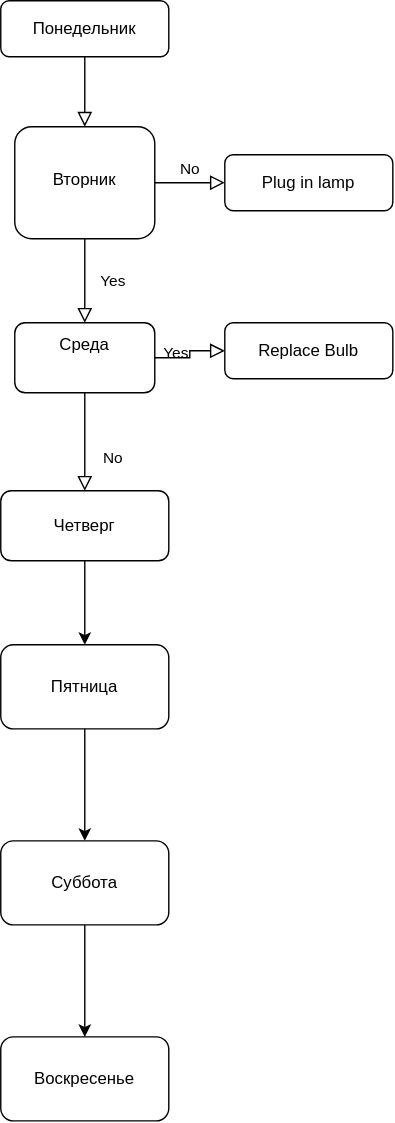
The draw.io diagram Untitled Diagram.drawio.svg in Beattle/app, before a commit. Source tidied: cells renumbered, new cells last; positions are measured from the earlier drawing's top-left corner, leaving out a move shared by most shapes.
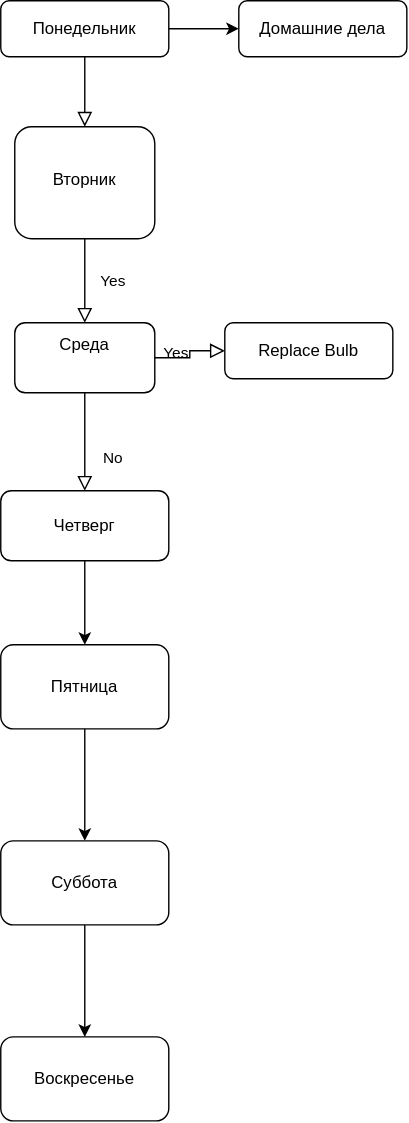
After the change.

What changed in the source:
```diff
@@ -5,20 +5,20 @@
     <mxCell id="2" style="rounded=0;html=1;jettySize=auto;fontSize=11;endArrow=block;endFill=0;endSize=8;strokeWidth=1;shadow=0;labelBackgroundColor=none;edgeStyle=orthogonalEdgeStyle;" parent="1" edge="1" source="3" target="6">
       <mxGeometry relative="1" as="geometry" />
     </mxCell>
+    <mxCell id="19" style="edgeStyle=orthogonalEdgeStyle;rounded=0;jettySize=auto;html=1;" parent="1" edge="1" source="3" target="7">
+      <mxGeometry relative="1" as="geometry" />
+    </mxCell>
     <mxCell id="3" value="Понедельник" style="rounded=1;whiteSpace=wrap;html=1;fontSize=12;glass=0;strokeWidth=1;shadow=0;" parent="1" vertex="1">
       <mxGeometry width="120" height="40" as="geometry" />
     </mxCell>
     <mxCell id="4" value="Yes" style="rounded=0;html=1;jettySize=auto;fontSize=11;endArrow=block;endFill=0;endSize=8;strokeWidth=1;shadow=0;labelBackgroundColor=none;edgeStyle=orthogonalEdgeStyle;" parent="1" edge="1" source="6" target="10">
       <mxGeometry y="20" relative="1" as="geometry" />
     </mxCell>
-    <mxCell id="5" value="No" style="edgeStyle=orthogonalEdgeStyle;rounded=0;html=1;jettySize=auto;fontSize=11;endArrow=block;endFill=0;endSize=8;strokeWidth=1;shadow=0;labelBackgroundColor=none;" parent="1" edge="1" source="6" target="7">
-      <mxGeometry y="10" relative="1" as="geometry" />
-    </mxCell>
     <mxCell id="6" value="Вторник" style="rounded=1;whiteSpace=wrap;html=1;shadow=0;fontFamily=Helvetica;fontSize=12;align=center;strokeWidth=1;spacing=6;spacingTop=-4;" parent="1" vertex="1">
       <mxGeometry x="10" y="90" width="100" height="80" as="geometry" />
     </mxCell>
-    <mxCell id="7" value="Plug in lamp" style="rounded=1;whiteSpace=wrap;html=1;fontSize=12;glass=0;strokeWidth=1;shadow=0;" parent="1" vertex="1">
-      <mxGeometry x="160" y="110" width="120" height="40" as="geometry" />
+    <mxCell id="7" value="&lt;div&gt;Домашние дела&lt;/div&gt;" style="rounded=1;whiteSpace=wrap;html=1;fontSize=12;glass=0;strokeWidth=1;shadow=0;" parent="1" vertex="1">
+      <mxGeometry x="170" width="120" height="40" as="geometry" />
     </mxCell>
     <mxCell id="8" value="No" style="rounded=0;html=1;jettySize=auto;fontSize=11;endArrow=block;endFill=0;endSize=8;strokeWidth=1;shadow=0;labelBackgroundColor=none;edgeStyle=orthogonalEdgeStyle;" parent="1" edge="1" source="10" target="12">
       <mxGeometry x="0.33" y="20" relative="1" as="geometry" />
```
